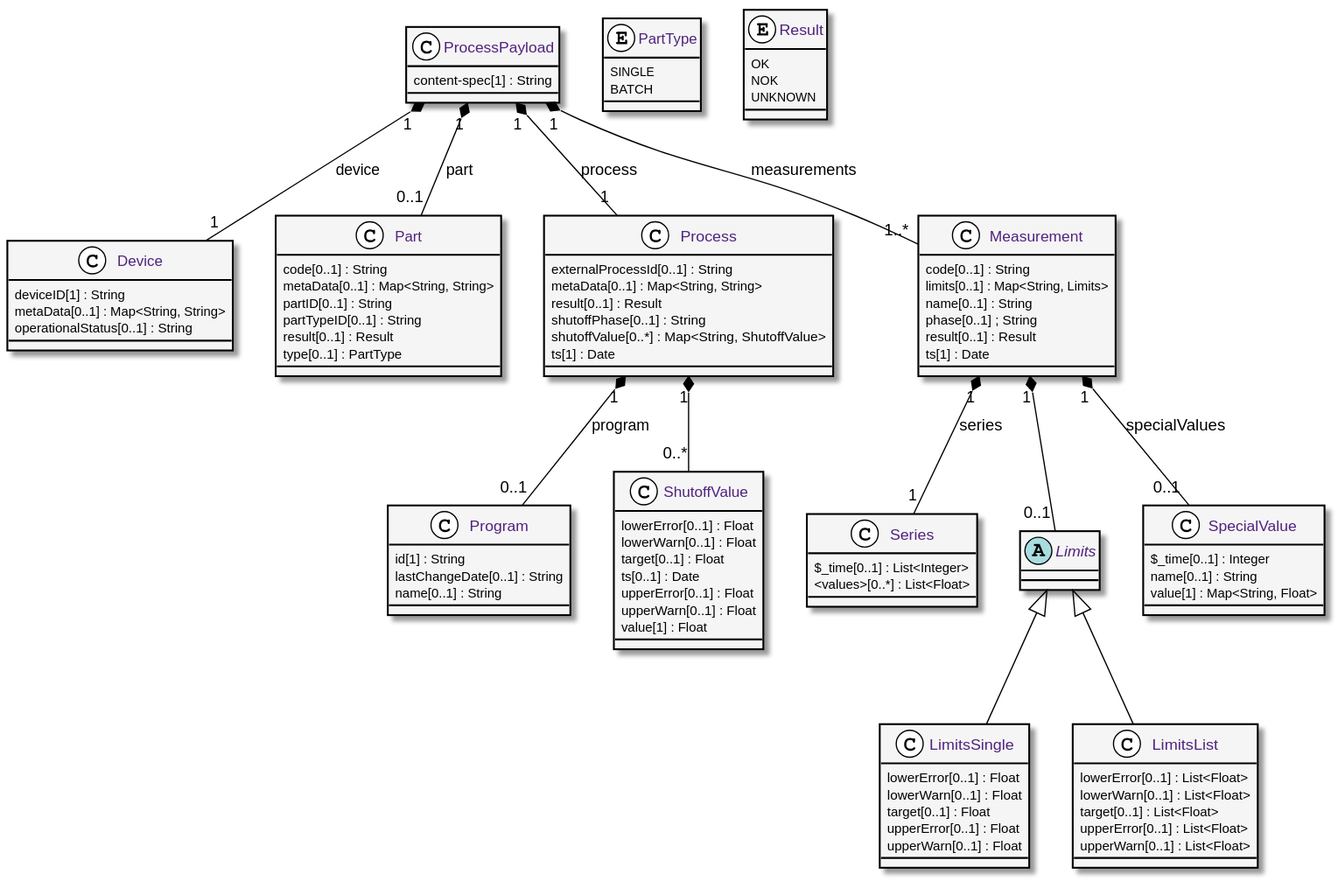
eclipse-archived/unide keeps this PlantUML diagram as website/static/images/processPayload.svg. Above is the earlier version.
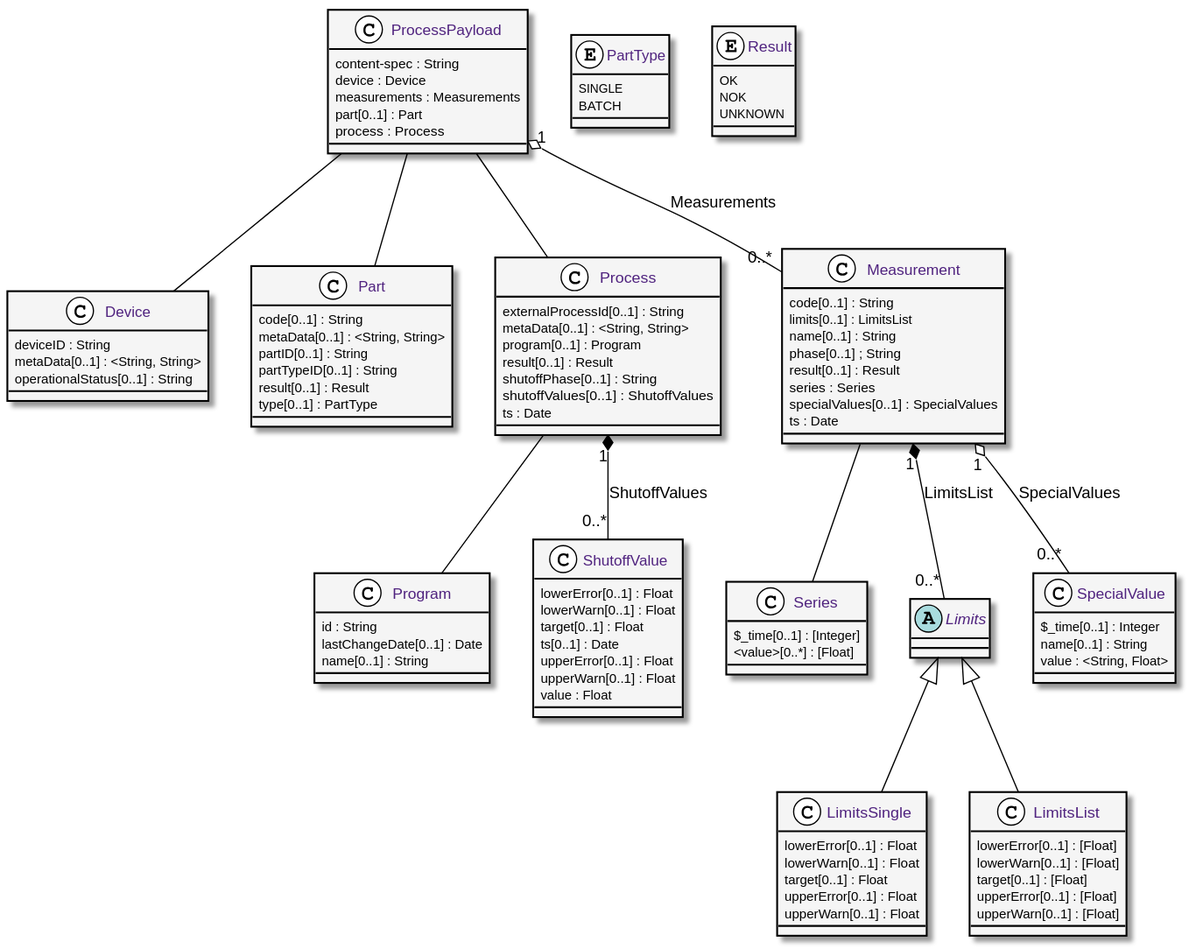
After the change.

Change to the diagram source:
```diff
@@ -6,24 +6,28 @@
 	BackgroundColor #f5f5f5
 	ArrowColor black
 }
-skinparam stereotype{
+skinparam stereotype {
 	CBackgroundColor white
 	EBackgroundColor white
 }
 
-class ProcessPayload{
-	content-spec[1] : String
+class ProcessPayload {
+	content-spec : String
+	device : Device
+	measurements : Measurements
+	part[0..1] : Part
+	process : Process
 }
 
 class Device {
-	deviceID[1] : String
-	metaData[0..1] : Map<String, String>
+	deviceID : String
+	metaData[0..1] : <String, String>
 	operationalStatus[0..1] : String
 }
 
 class Part {
 	code[0..1] : String
-	metaData[0..1] : Map<String, String>
+	metaData[0..1] : <String, String>
 	partID[0..1] : String
 	partTypeID[0..1] : String
 	result[0..1] : Result
@@ -32,25 +36,28 @@
 
 class Process {
 	externalProcessId[0..1] : String
-	metaData[0..1] : Map<String, String>
+	metaData[0..1] : <String, String>
+	program[0..1] : Program
 	result[0..1] : Result
 	shutoffPhase[0..1] : String
-	shutoffValue[0..*] : Map<String, ShutoffValue>
-	ts[1] : Date
+	shutoffValues[0..1] : ShutoffValues
+	ts : Date
 }
 
 class Measurement {
 	code[0..1] : String
-	limits[0..1] : Map<String, Limits>
+	limits[0..1] : LimitsList
 	name[0..1] : String
 	phase[0..1] ; String
 	result[0..1] : Result
-	ts[1] : Date
+	series : Series
+	specialValues[0..1] : SpecialValues
+	ts : Date
 }
 
 class Program {
-	id[1] : String
-	lastChangeDate[0..1] : String
+	id : String
+	lastChangeDate[0..1] : Date
 	name[0..1] : String
 }
 
@@ -61,12 +68,12 @@
 	ts[0..1] : Date
 	upperError[0..1] : Float
 	upperWarn[0..1] : Float
-	value[1] : Float
+	value : Float
 }
 
 class Series {
-	$_time[0..1] : List<Integer>
-	<values>[0..*] : List<Float>
+	$_time[0..1] : [Integer]
+	<value>[0..*] : [Float]
 }
 
 abstract class Limits {
@@ -81,18 +88,18 @@
 }
 
 class LimitsList {
-	lowerError[0..1] : List<Float>
-	lowerWarn[0..1] : List<Float>
-	target[0..1] : List<Float>
-	upperError[0..1] : List<Float>
-	upperWarn[0..1] : List<Float>
+	lowerError[0..1] : [Float]
+	lowerWarn[0..1] : [Float]
+	target[0..1] : [Float]
+	upperError[0..1] : [Float]
+	upperWarn[0..1] : [Float]
 }
 
 
 class SpecialValue {
 	$_time[0..1] : Integer
 	name[0..1] : String
-	value[1] : Map<String, Float>
+	value : <String, Float>
 }
 
 enum PartType {
@@ -106,17 +113,17 @@
 	UNKNOWN
 }
 
-ProcessPayload "1" *-- "1" Device : device
-ProcessPayload "1" *-- "0..1" Part : part
-ProcessPayload "1" *-- "1" Process : process
-ProcessPayload "1" *-- "1..*" Measurement : measurements
+ProcessPayload -- Device
+ProcessPayload -- Part
+ProcessPayload -- Process
+ProcessPayload "1" o-- "0..*" Measurement : Measurements
 
-Process "1" *-- "0..1" Program : program
-Process "1" *-- "0..*" ShutoffValue
+Process -- Program
+Process "1" *-- "0..*" ShutoffValue : ShutoffValues
 
-Measurement "1" *-- "1" Series : series
-Measurement "1" *-- "0..1" Limits
-Measurement "1" *-- "0..1" SpecialValue : specialValues
+Measurement -- Series
+Measurement "1" *-- "0..*" Limits : LimitsList
+Measurement "1" o-- "0..*" SpecialValue : SpecialValues
 
 Limits <|-- LimitsSingle
 Limits <|-- LimitsList
```
